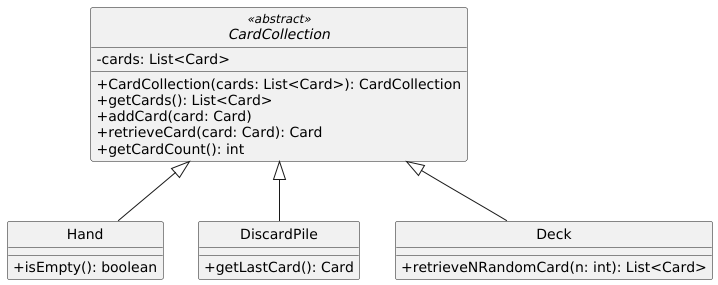
This is diagrams/classes/cardCollection.png from Yonhir/algo3_proyecto_base_tp2, a PlantUML export, as it was before one commit.
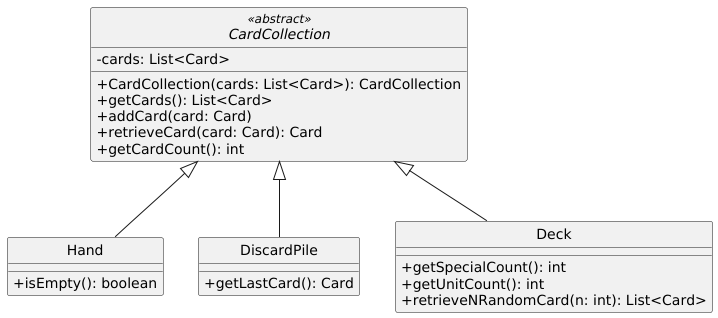
After the change.

Diff of the diagram source:
```diff
@@ -23,6 +23,8 @@
 }
 
 class Deck {
+  +getSpecialCount(): int
+  +getUnitCount(): int
   +retrieveNRandomCard(n: int): List<Card>
 }
 
```
